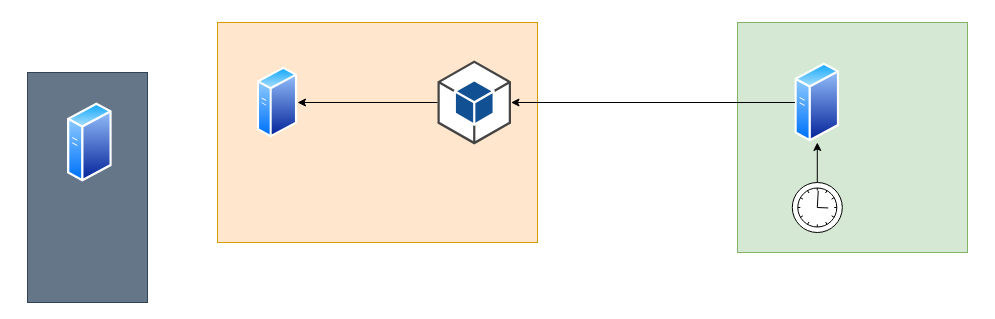
This is DigitalWithdrawalsLowLevelDiagram.drawio from mattwatts36/drawings, a draw.io file, before an edit. Source tidied: cells renumbered, new cells numbered last; positions are measured from the earlier drawing's top-left corner, leaving out a move shared by most shapes. Both pictures are drawn from the tidied source at 100%, with x=0, y=0 at pixel (27, 22).
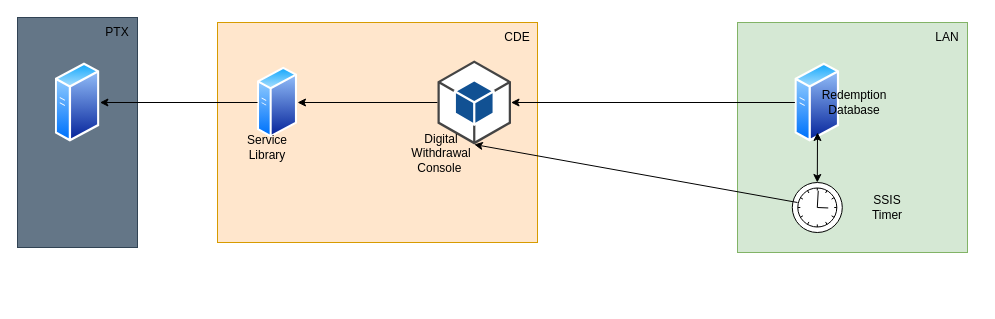
The same page after the edit.

Commit message:
Add labels for the application

The change refers to these unchanged cells:
```xml
<mxCell id="3" style="image;perimeter=ellipsePerimeter;html=1;align=center;shadow=0;dashed=0;spacingTop=3;image=img/lib/active_directory/generic_server.svg;" parent="1" vertex="1">
  <mxGeometry x="767.4" y="40" width="44.8" height="80" as="geometry" />
</mxCell>
<mxCell id="5" style="points=[[0.145,0.145,0],[0.5,0,0],[0.855,0.145,0],[1,0.5,0],[0.855,0.855,0],[0.5,1,0],[0.145,0.855,0],[0,0.5,0]];shape=mxgraph.bpmn.event;html=1;verticalLabelPosition=bottom;labelBackgroundColor=#ffffff;verticalAlign=top;align=center;perimeter=ellipsePerimeter;outlineConnect=0;outline=standard;symbol=timer;" parent="1" vertex="1">
  <mxGeometry x="764.8" y="160" width="50" height="50" as="geometry" />
</mxCell>
<mxCell id="11" style="outlineConnect=0;dashed=0;verticalLabelPosition=bottom;verticalAlign=top;align=center;html=1;shape=mxgraph.aws3.android;fillColor=#115193;gradientColor=none;" parent="1" vertex="1">
  <mxGeometry x="410" y="38" width="73.5" height="84" as="geometry" />
</mxCell>
```

The edit, as a diff of the source:
```diff
@@
-    <mxCell id="4" style="edgeStyle=orthogonalEdgeStyle;rounded=0;jettySize=auto;html=1;" parent="1" edge="1" source="5" target="3">
-      <mxGeometry relative="1" as="geometry" />
-    </mxCell>
@@
     <mxCell id="8" style="rounded=0;whiteSpace=wrap;html=1;fillColor=#647687;fontColor=#ffffff;strokeColor=#314354;" parent="1" vertex="1">
-      <mxGeometry y="50" width="120" height="230" as="geometry" />
+      <mxGeometry x="-10" y="-5" width="120" height="230" as="geometry" />
     </mxCell>
     <mxCell id="9" style="image;perimeter=ellipsePerimeter;html=1;align=center;shadow=0;dashed=0;spacingTop=3;image=img/lib/active_directory/generic_server.svg;" parent="1" vertex="1">
-      <mxGeometry x="40" y="80" width="44.8" height="80" as="geometry" />
+      <mxGeometry x="27.6" y="40" width="44.8" height="80" as="geometry" />
     </mxCell>
@@
+    <mxCell id="13" style="endArrow=classic;html=1;rounded=0;" parent="1" edge="1" target="9">
+      <mxGeometry relative="1" as="geometry">
+        <mxPoint x="230" y="80" as="sourcePoint" />
+      </mxGeometry>
+    </mxCell>
+    <mxCell id="14" value="LAN" style="text;html=1;strokeColor=none;fillColor=none;align=center;verticalAlign=middle;whiteSpace=wrap;rounded=0;" parent="1" vertex="1">
+      <mxGeometry x="890" width="60" height="30" as="geometry" />
+    </mxCell>
+    <mxCell id="15" value="CDE" style="text;html=1;strokeColor=none;fillColor=none;align=center;verticalAlign=middle;whiteSpace=wrap;rounded=0;" parent="1" vertex="1">
+      <mxGeometry x="460" width="60" height="30" as="geometry" />
+    </mxCell>
+    <mxCell id="16" value="SSIS Timer" style="text;html=1;strokeColor=none;fillColor=none;align=center;verticalAlign=middle;whiteSpace=wrap;rounded=0;" parent="1" vertex="1">
+      <mxGeometry x="830" y="170" width="60" height="30" as="geometry" />
+    </mxCell>
+    <mxCell id="17" value="PTX" style="text;html=1;strokeColor=none;fillColor=none;align=center;verticalAlign=middle;whiteSpace=wrap;rounded=0;" parent="1" vertex="1">
+      <mxGeometry x="60" y="-5" width="60" height="30" as="geometry" />
+    </mxCell>
+    <mxCell id="18" style="endArrow=classic;startArrow=classic;html=1;rounded=0;exitX=0.5;exitY=0;exitDx=0;exitDy=0;exitPerimeter=0;" parent="1" edge="1" source="5">
+      <mxGeometry relative="1" as="geometry">
+        <mxPoint x="790" y="110" as="targetPoint" />
+      </mxGeometry>
+    </mxCell>
+    <mxCell id="19" style="endArrow=classic;html=1;rounded=0;entryX=0.5;entryY=1;entryDx=0;entryDy=0;entryPerimeter=0;" parent="1" edge="1" target="11">
+      <mxGeometry relative="1" as="geometry">
+        <mxPoint x="770" y="180" as="sourcePoint" />
+      </mxGeometry>
+    </mxCell>
+    <mxCell id="20" value="Service Library" style="text;html=1;strokeColor=none;fillColor=none;align=center;verticalAlign=middle;whiteSpace=wrap;rounded=0;" parent="1" vertex="1">
+      <mxGeometry x="210" y="110" width="60" height="30" as="geometry" />
+    </mxCell>
+    <mxCell id="21" value="Redemption Database" style="text;html=1;strokeColor=none;fillColor=none;align=center;verticalAlign=middle;whiteSpace=wrap;rounded=0;" parent="1" vertex="1">
+      <mxGeometry x="797" y="65" width="60" height="30" as="geometry" />
+    </mxCell>
+    <mxCell id="22" value="Digital Withdrawal Console&amp;nbsp;" style="text;html=1;strokeColor=none;fillColor=none;align=center;verticalAlign=middle;whiteSpace=wrap;rounded=0;" parent="1" vertex="1">
+      <mxGeometry x="384" y="115.7" width="60" height="30" as="geometry" />
+    </mxCell>
```
